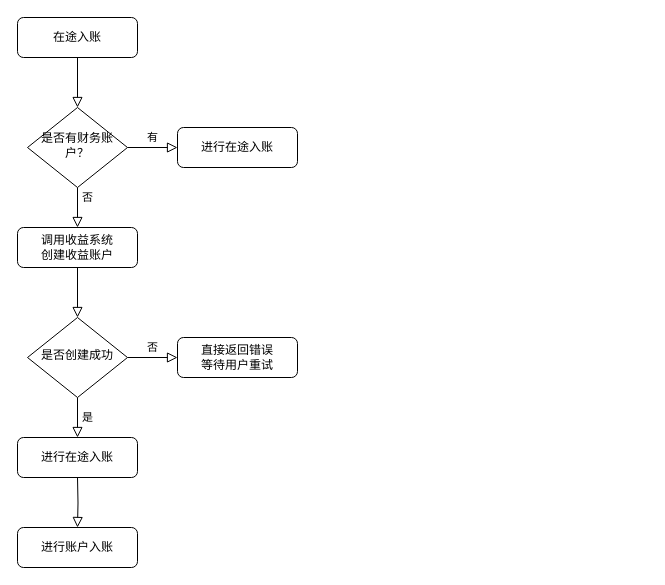
DonnieLe/MyDocs keeps this draw.io diagram as EasyInvest账务开户.drawio. Above is the earlier version. Source tidied: cells renumbered, new cells numbered last; positions are measured from the earlier drawing's top-left corner, leaving out a move shared by most shapes. Both pictures are drawn from the tidied source at 100%, with x=0, y=0 at pixel (17, 17).
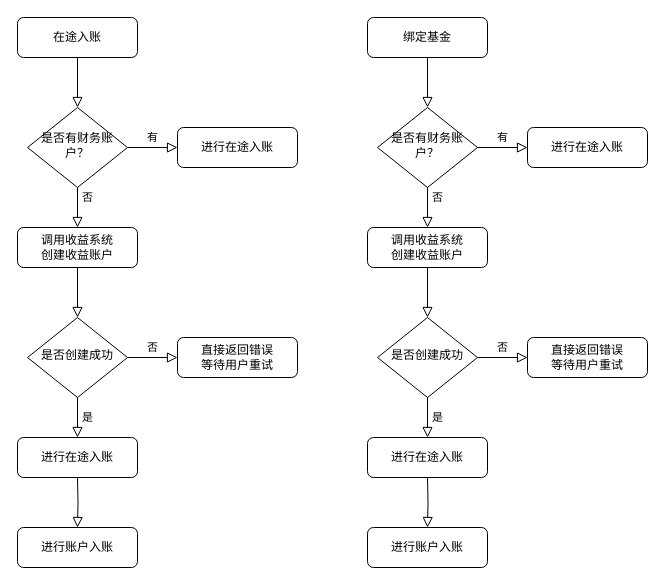
The same page after the edit.

Diff of the diagram source:
```diff
@@
+    <mxCell id="17" style="rounded=0;html=1;jettySize=auto;fontSize=11;endArrow=block;endFill=0;endSize=8;strokeWidth=1;shadow=0;labelBackgroundColor=none;edgeStyle=orthogonalEdgeStyle;" parent="1" edge="1" source="18" target="21">
+      <mxGeometry relative="1" as="geometry" />
+    </mxCell>
+    <mxCell id="18" value="绑定基金" style="rounded=1;whiteSpace=wrap;html=1;fontSize=12;glass=0;strokeWidth=1;shadow=0;" parent="1" vertex="1">
+      <mxGeometry x="350" width="120" height="40" as="geometry" />
+    </mxCell>
+    <mxCell id="19" value="否" style="rounded=0;html=1;jettySize=auto;fontSize=11;endArrow=block;endFill=0;endSize=8;strokeWidth=1;shadow=0;labelBackgroundColor=none;edgeStyle=orthogonalEdgeStyle;entryX=0.5;entryY=0;entryDx=0;entryDy=0;" parent="1" edge="1" source="21" target="28">
+      <mxGeometry x="-0.5" y="10" relative="1" as="geometry" />
+    </mxCell>
+    <mxCell id="20" value="有" style="edgeStyle=orthogonalEdgeStyle;rounded=0;html=1;jettySize=auto;fontSize=11;endArrow=block;endFill=0;endSize=8;strokeWidth=1;shadow=0;labelBackgroundColor=none;" parent="1" edge="1" source="21" target="22">
+      <mxGeometry y="10" relative="1" as="geometry" />
+    </mxCell>
+    <mxCell id="21" value="是否有财务账户？" style="rhombus;whiteSpace=wrap;html=1;shadow=0;fontFamily=Helvetica;fontSize=12;align=center;strokeWidth=1;spacing=6;spacingTop=-4;" parent="1" vertex="1">
+      <mxGeometry x="360" y="90" width="100" height="80" as="geometry" />
+    </mxCell>
+    <mxCell id="22" value="进行在途入账" style="rounded=1;whiteSpace=wrap;html=1;fontSize=12;glass=0;strokeWidth=1;shadow=0;" parent="1" vertex="1">
+      <mxGeometry x="510" y="110" width="120" height="40" as="geometry" />
+    </mxCell>
+    <mxCell id="23" value="是" style="rounded=0;html=1;jettySize=auto;fontSize=11;endArrow=block;endFill=0;endSize=8;strokeWidth=1;shadow=0;labelBackgroundColor=none;edgeStyle=orthogonalEdgeStyle;" parent="1" edge="1" source="25" target="26">
+      <mxGeometry y="10" relative="1" as="geometry" />
+    </mxCell>
+    <mxCell id="24" value="否" style="edgeStyle=orthogonalEdgeStyle;rounded=0;html=1;jettySize=auto;fontSize=11;endArrow=block;endFill=0;endSize=8;strokeWidth=1;shadow=0;labelBackgroundColor=none;" parent="1" edge="1" source="25" target="27">
+      <mxGeometry y="10" relative="1" as="geometry" />
+    </mxCell>
+    <mxCell id="25" value="是否创建成功" style="rhombus;whiteSpace=wrap;html=1;shadow=0;fontFamily=Helvetica;fontSize=12;align=center;strokeWidth=1;spacing=6;spacingTop=-4;" parent="1" vertex="1">
+      <mxGeometry x="360" y="300" width="100" height="80" as="geometry" />
+    </mxCell>
+    <mxCell id="26" value="进行在途入账" style="rounded=1;whiteSpace=wrap;html=1;fontSize=12;glass=0;strokeWidth=1;shadow=0;" parent="1" vertex="1">
+      <mxGeometry x="350" y="420" width="120" height="40" as="geometry" />
+    </mxCell>
+    <mxCell id="27" value="直接返回错误&lt;br&gt;等待用户重试" style="rounded=1;whiteSpace=wrap;html=1;fontSize=12;glass=0;strokeWidth=1;shadow=0;" parent="1" vertex="1">
+      <mxGeometry x="510" y="320" width="120" height="40" as="geometry" />
+    </mxCell>
+    <mxCell id="28" value="调用收益系统&lt;br&gt;创建收益账户" style="rounded=1;whiteSpace=wrap;html=1;fontSize=12;glass=0;strokeWidth=1;shadow=0;" parent="1" vertex="1">
+      <mxGeometry x="350" y="210" width="120" height="40" as="geometry" />
+    </mxCell>
+    <mxCell id="29" style="rounded=0;html=1;jettySize=auto;fontSize=11;endArrow=block;endFill=0;endSize=8;strokeWidth=1;shadow=0;labelBackgroundColor=none;edgeStyle=orthogonalEdgeStyle;entryX=0.5;entryY=0;entryDx=0;entryDy=0;exitX=0.5;exitY=1;exitDx=0;exitDy=0;" parent="1" edge="1" source="28" target="25">
+      <mxGeometry y="10" relative="1" as="geometry" />
+    </mxCell>
+    <mxCell id="30" value="进行账户入账" style="rounded=1;whiteSpace=wrap;html=1;fontSize=12;glass=0;strokeWidth=1;shadow=0;" parent="1" vertex="1">
+      <mxGeometry x="350" y="510" width="120" height="40" as="geometry" />
+    </mxCell>
+    <mxCell id="31" style="rounded=0;html=1;jettySize=auto;fontSize=11;endArrow=block;endFill=0;endSize=8;strokeWidth=1;shadow=0;labelBackgroundColor=none;edgeStyle=orthogonalEdgeStyle;" parent="1" edge="1" target="30">
+      <mxGeometry y="10" relative="1" as="geometry">
+        <mxPoint x="410" y="460" as="sourcePoint" />
+      </mxGeometry>
+    </mxCell>
```
